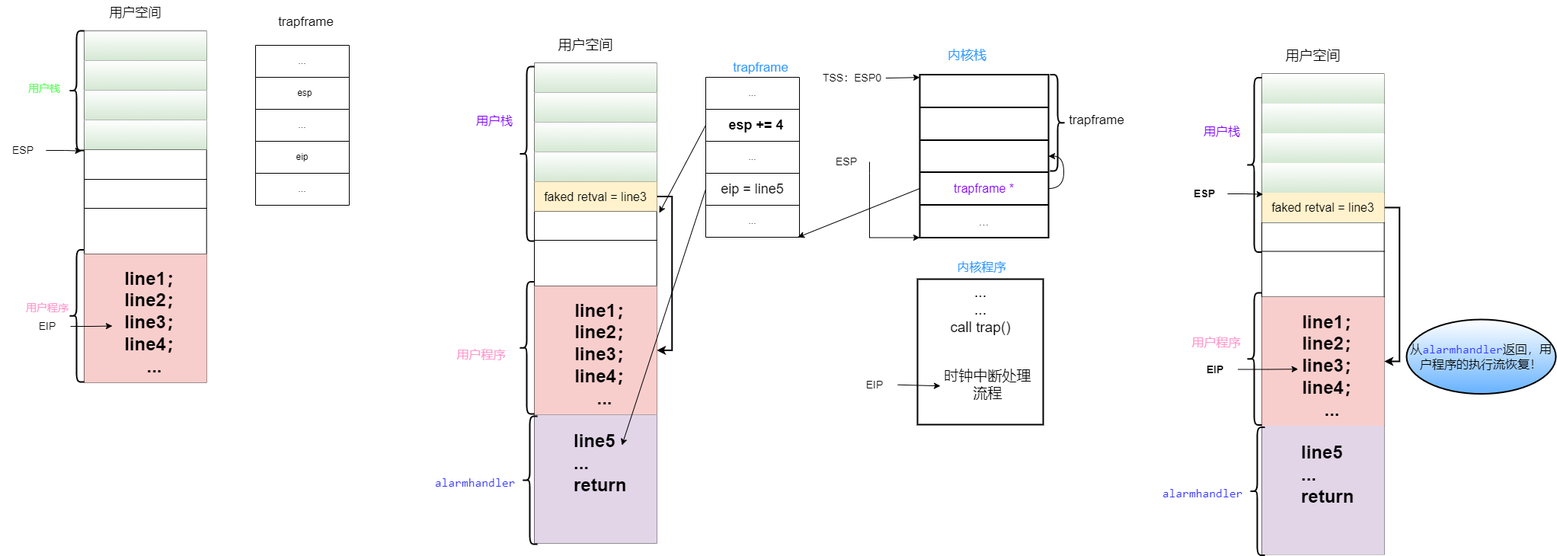
Before: OS/mit6.824HW_CpuAlarm.drawio.png, a diagram exported from draw.io (SixPlusAndTimes/drawio). Source tidied: cells renumbered, new cells last; positions are measured from the earlier drawing's top-left corner, leaving out a move shared by most shapes.
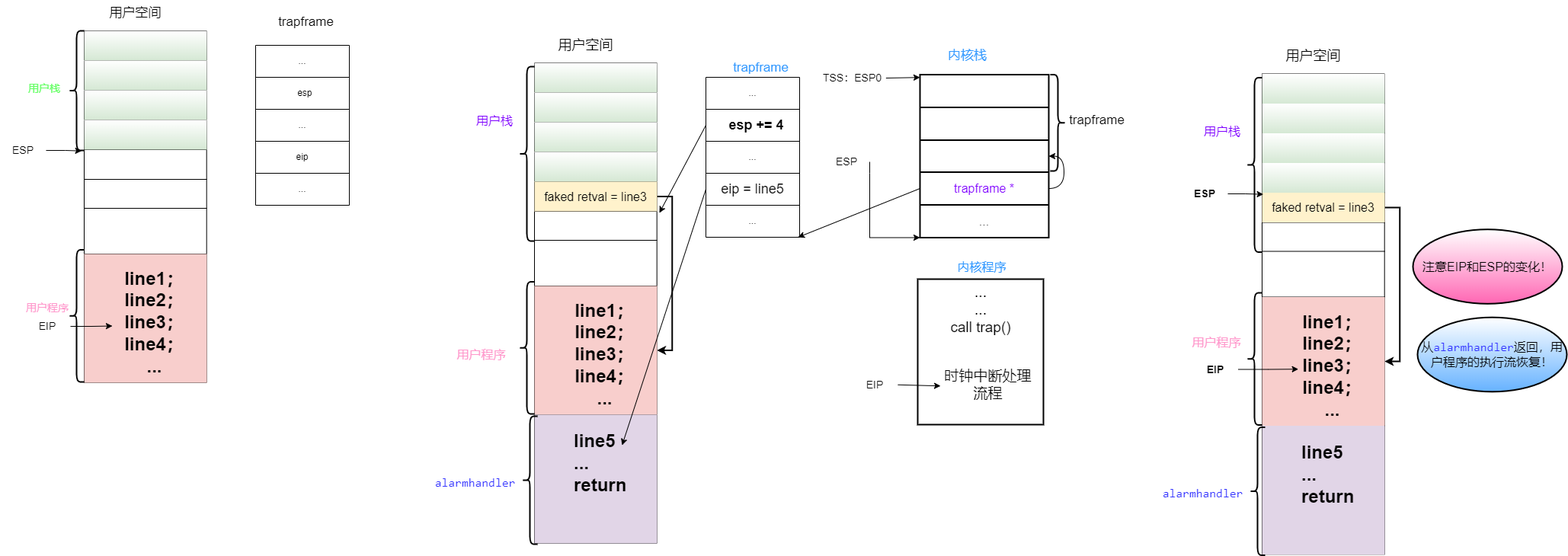
The same file after the commit.

The edit, as a diff of the source:
```diff
@@ -445,7 +445,10 @@
       <mxGeometry x="1565" y="469.5" width="60" height="30" as="geometry" />
     </mxCell>
     <mxCell id="143" value="从&lt;span style=&quot;color: rgb(51, 51, 255); font-family: &amp;quot;JetBrains Mono&amp;quot;, Menlo, Consolas; orphans: 4; text-align: start; word-spacing: 0.8px;&quot;&gt;alarmhandler&lt;/span&gt;返回，用户程序的执行流恢复！" style="ellipse;whiteSpace=wrap;html=1;strokeColor=#000000;strokeWidth=2;fontSize=16;fontColor=#000000;fillColor=default;gradientColor=#66B2FF;" parent="1" vertex="1">
-      <mxGeometry x="1846" y="419" width="196" height="97.6" as="geometry" />
+      <mxGeometry x="1860" y="416.2" width="196" height="97.6" as="geometry" />
     </mxCell>
+    <mxCell id="144" value="注意EIP和ESP的变化！" style="ellipse;whiteSpace=wrap;html=1;strokeColor=#000000;strokeWidth=2;fontSize=16;fontColor=#000000;fillColor=default;gradientColor=#FF66B3;" parent="1" vertex="1">
+      <mxGeometry x="1854" y="300.7" width="196" height="97.6" as="geometry" />
+    </mxCell>
   </root>
 </mxGraphModel>
```
